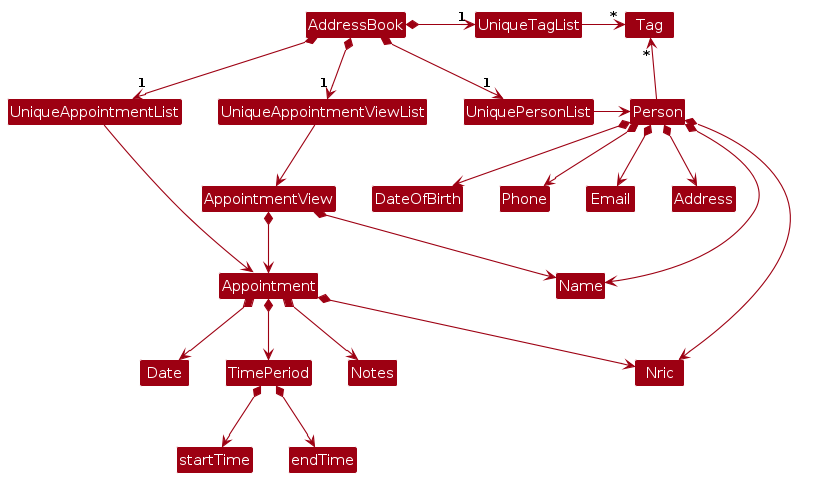
Above: diagrams/BetterModelClassDiagram.png in xuelinglow/tp (PlantUML), before the change. Its source is kept beside it as diagrams/BetterModelClassDiagram.puml.
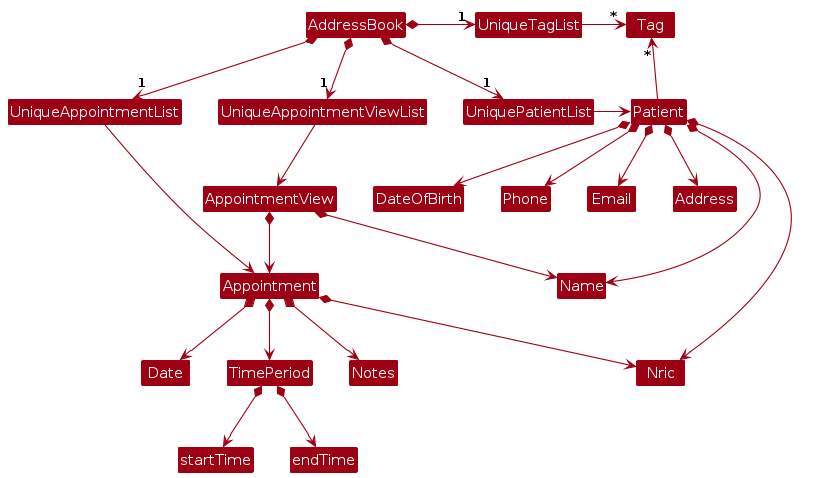
Later version of the same file.

Change to the diagram source:
```diff
@@ -4,26 +4,26 @@
 skinparam arrowColor MODEL_COLOR
 skinparam classBackgroundColor MODEL_COLOR
 
-AddressBook *-right-> "1" UniquePersonList
+AddressBook *-right-> "1" UniquePatientList
 AddressBook *-right-> "1" UniqueTagList
 AddressBook *-down-> "1" UniqueAppointmentList
 AddressBook *-down-> "1" UniqueAppointmentViewList
-UniqueTagList -[hidden]down- UniquePersonList
-UniqueTagList -[hidden]down- UniquePersonList
+UniqueTagList -[hidden]down- UniquePatientList
+UniqueTagList -[hidden]down- UniquePatientList
 
 UniqueTagList -right-> "*" Tag
-UniquePersonList -right-> Person
+UniquePatientList -right-> Patient
 UniqueAppointmentList -down-> Appointment
 UniqueAppointmentViewList -down-> AppointmentView
 
-Person -up-> "*" Tag
+Patient -up-> "*" Tag
 
-Person *--> Name
-Person *--> Nric
-Person *--> DateOfBirth
-Person *--> Phone
-Person *--> Email
-Person *--> Address
+Patient *--> Name
+Patient *--> Nric
+Patient *--> DateOfBirth
+Patient *--> Phone
+Patient *--> Email
+Patient *--> Address
 
 Appointment *--> Nric
 Appointment *--> Date
```
